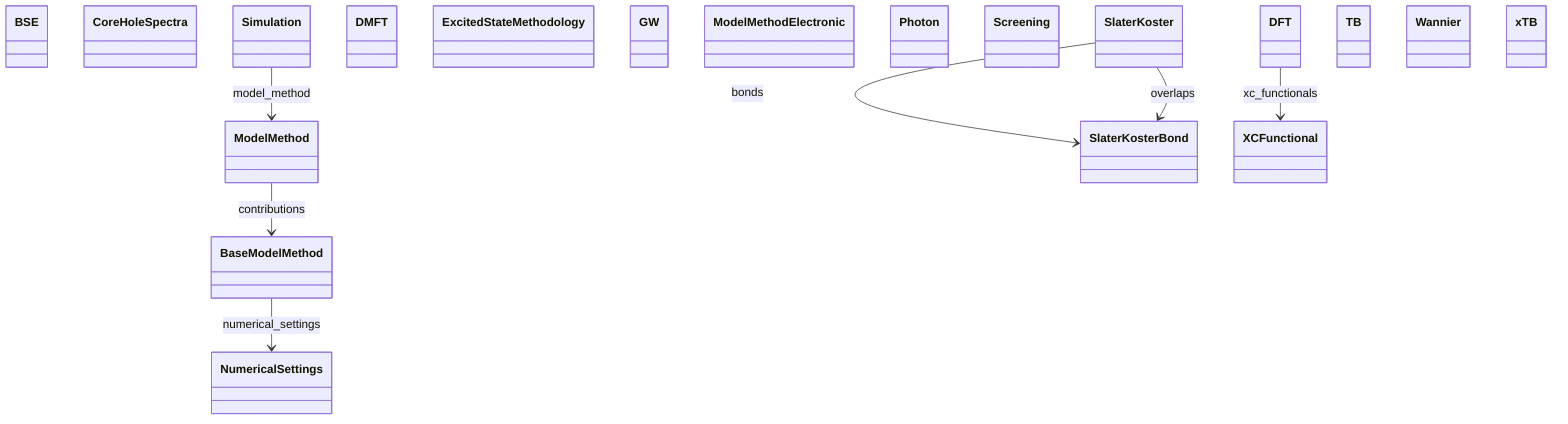
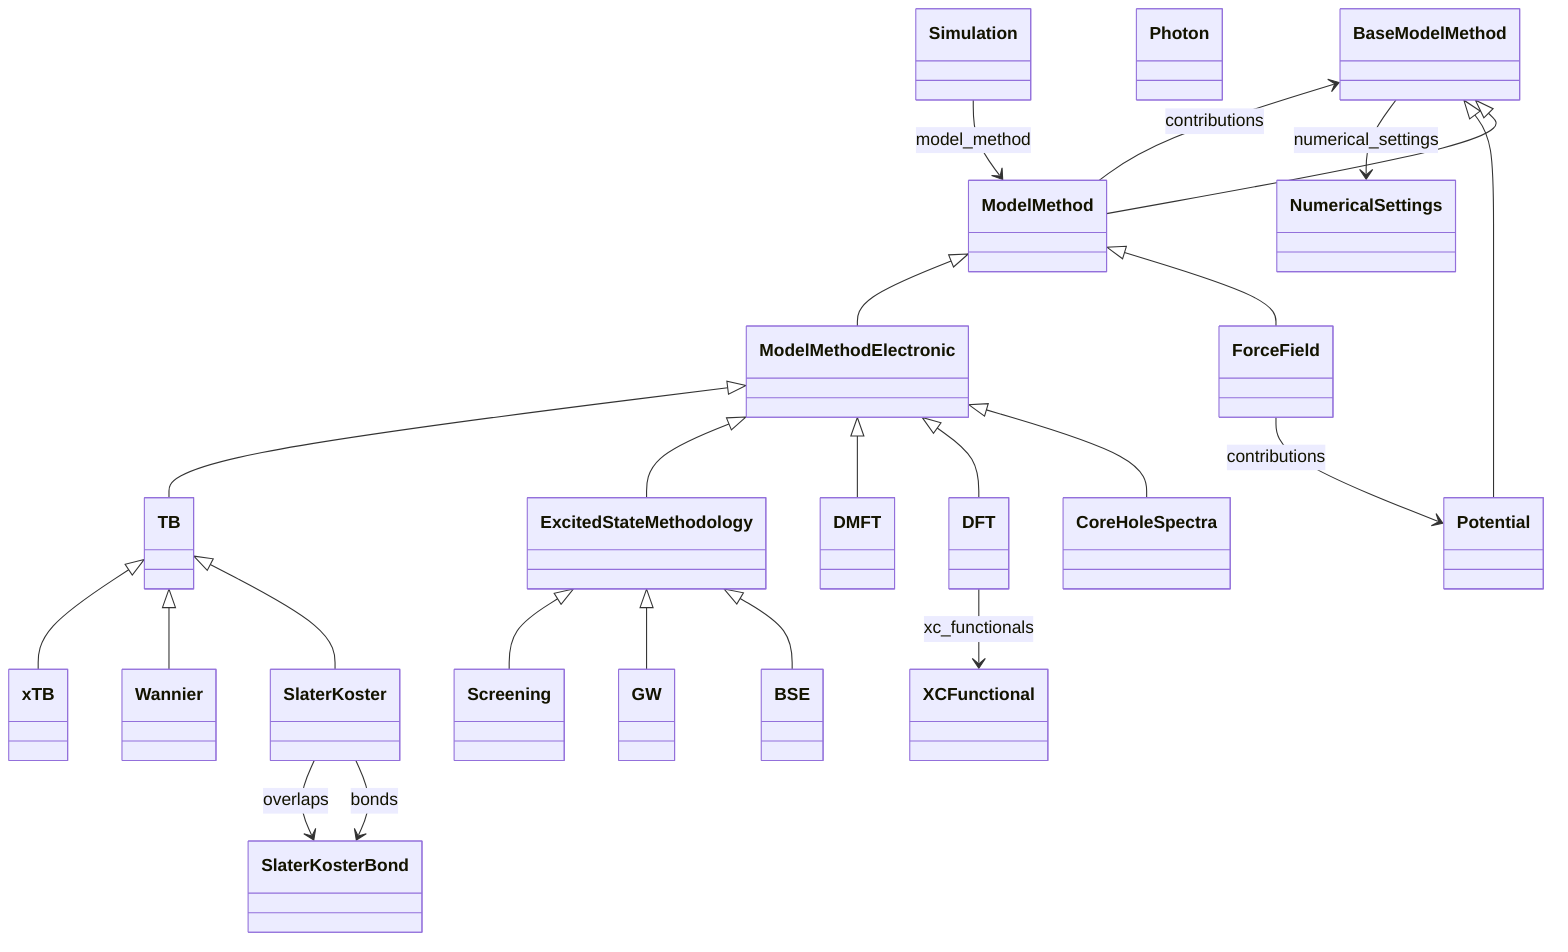
classDiagram
    class BSE
    class BaseModelMethod
    class CoreHoleSpectra
    class DFT
    class DMFT
    class ExcitedStateMethodology
+     class ForceField
    class GW
    class ModelMethod
    class ModelMethodElectronic
    class NumericalSettings
    class Photon
+     class Potential
    class Screening
    class Simulation
    class SlaterKoster
    class SlaterKosterBond
    class TB
    class Wannier
    class XCFunctional
    class xTB
+     ExcitedStateMethodology <|-- BSE
+     ModelMethodElectronic <|-- CoreHoleSpectra
+     ModelMethodElectronic <|-- DFT
+     ModelMethodElectronic <|-- DMFT
+     ModelMethodElectronic <|-- ExcitedStateMethodology
+     ModelMethod <|-- ForceField
+     ExcitedStateMethodology <|-- GW
+     BaseModelMethod <|-- ModelMethod
+     ModelMethod <|-- ModelMethodElectronic
+     BaseModelMethod <|-- Potential
+     ExcitedStateMethodology <|-- Screening
+     TB <|-- SlaterKoster
+     ModelMethodElectronic <|-- TB
+     TB <|-- Wannier
+     TB <|-- xTB
    BaseModelMethod --> NumericalSettings : numerical_settings
    DFT --> XCFunctional : xc_functionals
+     ForceField --> Potential : contributions
    ModelMethod --> BaseModelMethod : contributions
    Simulation --> ModelMethod : model_method
    SlaterKoster --> SlaterKosterBond : bonds
    SlaterKoster --> SlaterKosterBond : overlaps
